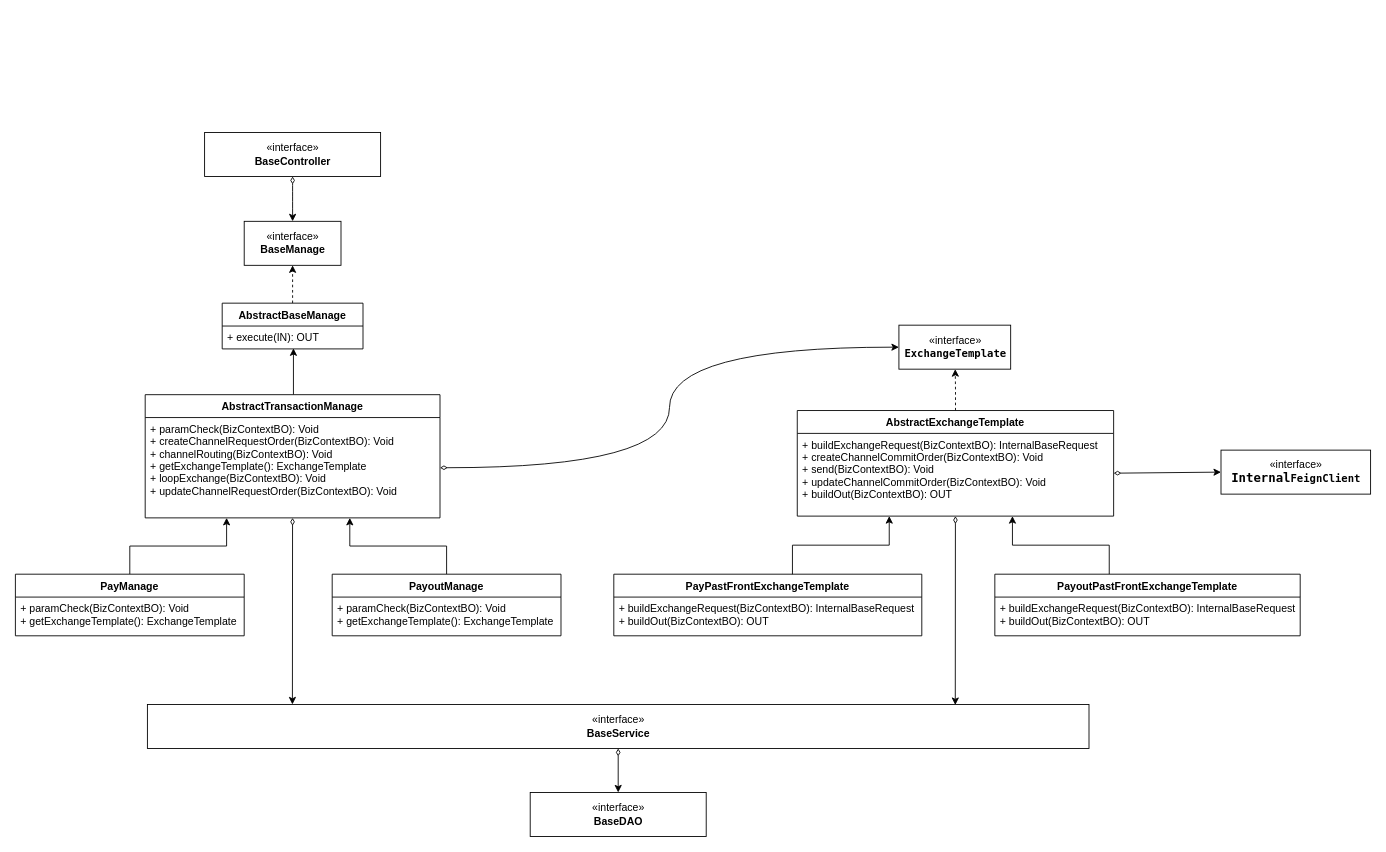
Earlier version of the draw.io diagram page "代码结构" (8 of 10) of 渠道时序图v2.drawio (CatFei666/drawio_gallery). Source tidied: cells renumbered, new cells numbered last; positions are measured from the earlier drawing's top-left corner, leaving out a move shared by most shapes. Both pictures are drawn from the tidied source at 88%, with x=0, y=0 at pixel (15, 132).
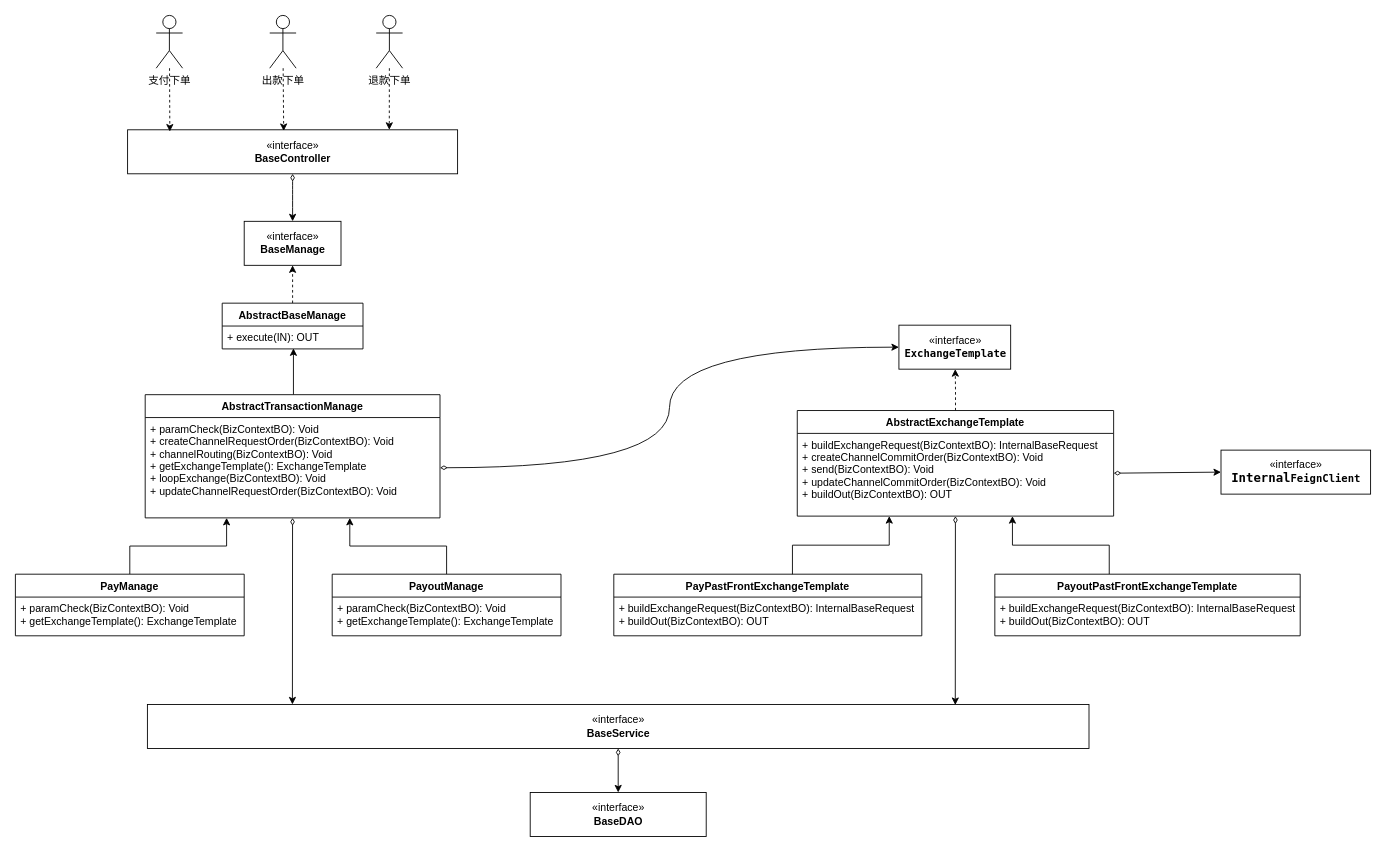
The same diagram, later.

The edit, as a diff of the source:
```diff
@@
     <mxCell id="29" value="«interface»&lt;br&gt;&lt;b&gt;BaseController&lt;/b&gt;" style="html=1;" parent="1" vertex="1">
-      <mxGeometry x="215" width="200" height="50" as="geometry" />
+      <mxGeometry x="127.5" y="-3" width="375" height="50" as="geometry" />
     </mxCell>
@@
+    <mxCell id="35" style="edgeStyle=none;rounded=0;jettySize=auto;html=1;entryX=0.128;entryY=0.04;entryDx=0;entryDy=0;entryPerimeter=0;dashed=1;fontColor=#000000;verticalAlign=bottom;" parent="1" edge="1" source="36" target="29">
+      <mxGeometry relative="1" as="geometry" />
+    </mxCell>
+    <mxCell id="36" value="支付下单" style="shape=umlActor;verticalLabelPosition=bottom;verticalAlign=top;html=1;fontColor=#000000;strokeColor=#000000;" parent="1" vertex="1">
+      <mxGeometry x="160" y="-133" width="30" height="60" as="geometry" />
+    </mxCell>
+    <mxCell id="37" style="edgeStyle=none;rounded=0;jettySize=auto;html=1;entryX=0.473;entryY=0.027;entryDx=0;entryDy=0;entryPerimeter=0;dashed=1;fontColor=#000000;verticalAlign=bottom;" parent="1" edge="1" source="38" target="29">
+      <mxGeometry relative="1" as="geometry" />
+    </mxCell>
+    <mxCell id="38" value="出款下单" style="shape=umlActor;verticalLabelPosition=bottom;verticalAlign=top;html=1;fontColor=#000000;strokeColor=#000000;" parent="1" vertex="1">
+      <mxGeometry x="289" y="-133" width="30" height="60" as="geometry" />
+    </mxCell>
+    <mxCell id="39" style="edgeStyle=none;rounded=0;jettySize=auto;html=1;entryX=0.793;entryY=0;entryDx=0;entryDy=0;entryPerimeter=0;dashed=1;fontColor=#000000;verticalAlign=bottom;" parent="1" edge="1" source="40" target="29">
+      <mxGeometry relative="1" as="geometry" />
+    </mxCell>
+    <mxCell id="40" value="退款下单" style="shape=umlActor;verticalLabelPosition=bottom;verticalAlign=top;html=1;fontColor=#000000;strokeColor=#000000;" parent="1" vertex="1">
+      <mxGeometry x="410" y="-133" width="30" height="60" as="geometry" />
+    </mxCell>
```
